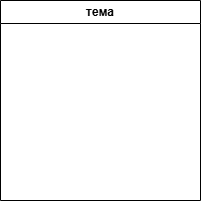
Before: diploma idea.drawio.png, a diagram exported from draw.io (GeorgKantsedal/bitcoin-research). Source tidied: cells renumbered, new cells last; positions are measured from the earlier drawing's top-left corner, leaving out a move shared by most shapes. Its diagram source:
```xml
<mxGraphModel>
  <root>
    <mxCell id="0" />
    <mxCell id="1" parent="0" />
    <mxCell id="2" value="тема" style="swimlane;whiteSpace=wrap;html=1;" parent="1" vertex="1">
      <mxGeometry width="200" height="200" as="geometry" />
    </mxCell>
  </root>
</mxGraphModel>
```
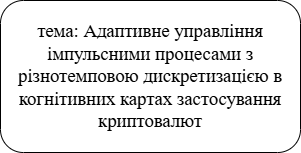
After the change.

Diff of the diagram source:
```diff
@@ -2,8 +2,8 @@
   <root>
     <mxCell id="0" />
     <mxCell id="1" parent="0" />
-    <mxCell id="2" value="тема" style="swimlane;whiteSpace=wrap;html=1;" parent="1" vertex="1">
-      <mxGeometry width="200" height="200" as="geometry" />
-    </mxCell>
+    <mxCell id="3" value="&lt;span style=&quot;font-size:14.0pt;line-height:&lt;br/&gt;115%;font-family:&amp;quot;Times New Roman&amp;quot;,&amp;quot;serif&amp;quot;;mso-fareast-font-family:Calibri;&lt;br/&gt;mso-fareast-theme-font:minor-latin;mso-ansi-language:UK;mso-fareast-language:&lt;br/&gt;EN-US;mso-bidi-language:AR-SA&quot; lang=&quot;UK&quot;&gt;тема: Адаптивне управління імпульсними процесами з&lt;br&gt;різнотемповою дискретизацією в когнітивних картах застосування криптовалют&lt;/span&gt;" style="rounded=1;whiteSpace=wrap;html=1;" parent="1" vertex="1">
+      <mxGeometry x="100" y="10" width="300" height="152" as="geometry" />
+    </mxCell>
   </root>
 </mxGraphModel>
```
